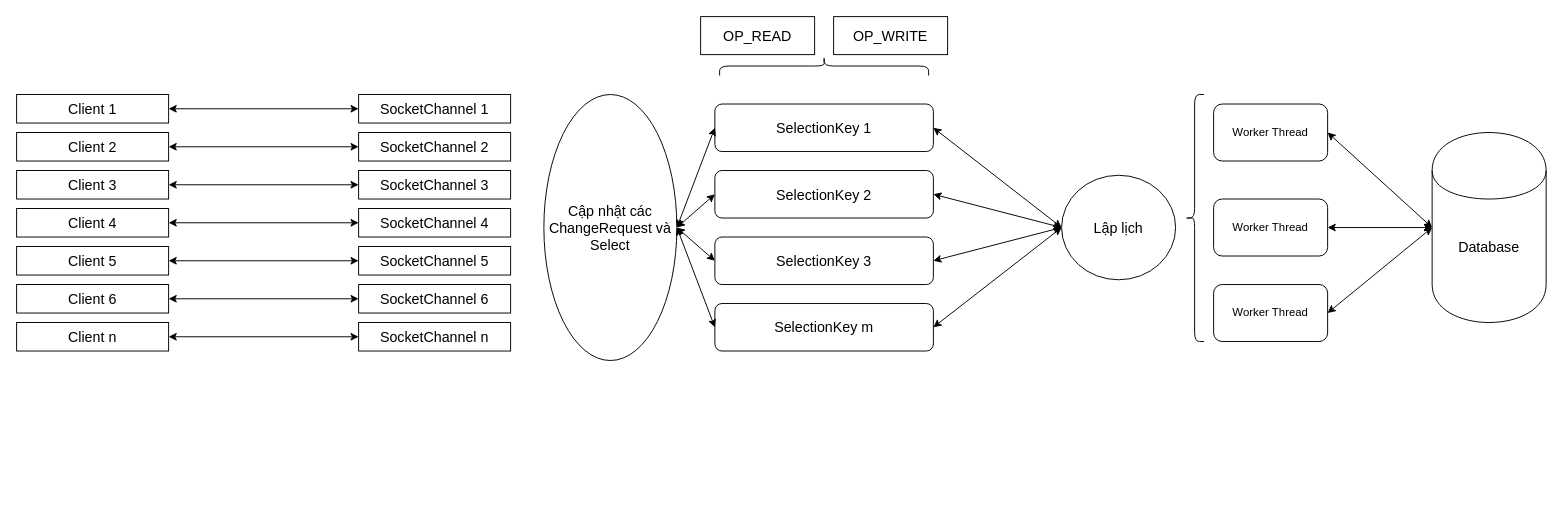
This is Non-blocking.drawio from ispclub/AmongChu, a draw.io file, before an edit. Source tidied: cells renumbered, new cells numbered last; positions are measured from the earlier drawing's top-left corner, leaving out a move shared by most shapes. Both pictures are drawn from the tidied source at 95%, with x=0, y=0 at pixel (16, -39).
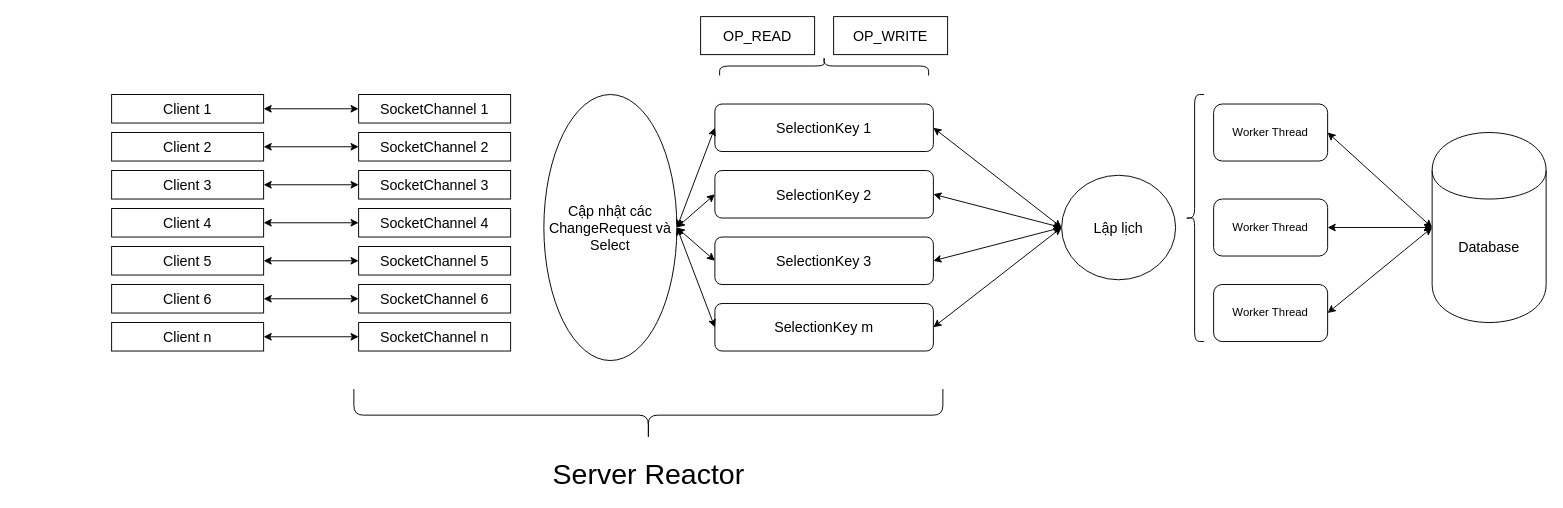
The same page after the edit.

What changed in the source:
```diff
@@
     <mxCell id="3" value="Client 1" style="rounded=0;whiteSpace=wrap;html=1;fontSize=15;labelPosition=center;verticalLabelPosition=middle;align=center;verticalAlign=middle;" parent="1" vertex="1">
-      <mxGeometry y="140" width="160" height="30" as="geometry" />
+      <mxGeometry x="100" y="140" width="160" height="30" as="geometry" />
     </mxCell>
     <mxCell id="4" value="Client 2" style="rounded=0;whiteSpace=wrap;html=1;fontSize=15;labelPosition=center;verticalLabelPosition=middle;align=center;verticalAlign=middle;" parent="1" vertex="1">
-      <mxGeometry y="180" width="160" height="30" as="geometry" />
+      <mxGeometry x="100" y="180" width="160" height="30" as="geometry" />
     </mxCell>
     <mxCell id="5" value="Client 3" style="rounded=0;whiteSpace=wrap;html=1;fontSize=15;labelPosition=center;verticalLabelPosition=middle;align=center;verticalAlign=middle;" parent="1" vertex="1">
-      <mxGeometry y="220" width="160" height="30" as="geometry" />
+      <mxGeometry x="100" y="220" width="160" height="30" as="geometry" />
     </mxCell>
     <mxCell id="6" value="Client 4" style="rounded=0;whiteSpace=wrap;html=1;fontSize=15;labelPosition=center;verticalLabelPosition=middle;align=center;verticalAlign=middle;" parent="1" vertex="1">
-      <mxGeometry y="260" width="160" height="30" as="geometry" />
+      <mxGeometry x="100" y="260" width="160" height="30" as="geometry" />
     </mxCell>
     <mxCell id="7" value="Client 5" style="rounded=0;whiteSpace=wrap;html=1;fontSize=15;labelPosition=center;verticalLabelPosition=middle;align=center;verticalAlign=middle;" parent="1" vertex="1">
-      <mxGeometry y="300" width="160" height="30" as="geometry" />
+      <mxGeometry x="100" y="300" width="160" height="30" as="geometry" />
     </mxCell>
     <mxCell id="8" value="Client 6" style="rounded=0;whiteSpace=wrap;html=1;fontSize=15;labelPosition=center;verticalLabelPosition=middle;align=center;verticalAlign=middle;" parent="1" vertex="1">
-      <mxGeometry y="340" width="160" height="30" as="geometry" />
+      <mxGeometry x="100" y="340" width="160" height="30" as="geometry" />
     </mxCell>
     <mxCell id="9" value="Client n" style="rounded=0;whiteSpace=wrap;html=1;fontSize=15;labelPosition=center;verticalLabelPosition=middle;align=center;verticalAlign=middle;" parent="1" vertex="1">
-      <mxGeometry y="380" width="160" height="30" as="geometry" />
+      <mxGeometry x="100" y="380" width="160" height="30" as="geometry" />
     </mxCell>
@@
+    <mxCell id="48" style="shape=curlyBracket;whiteSpace=wrap;html=1;rounded=1;rotation=-90;" parent="1" vertex="1">
+      <mxGeometry x="637.5" y="167.5" width="55" height="620" as="geometry" />
+    </mxCell>
+    <mxCell id="49" value="Server Reactor" style="text;html=1;strokeColor=none;fillColor=none;align=center;verticalAlign=middle;whiteSpace=wrap;rounded=0;fontSize=30;" parent="1" vertex="1">
+      <mxGeometry x="542.5" y="530" width="245" height="20" as="geometry" />
+    </mxCell>
```
